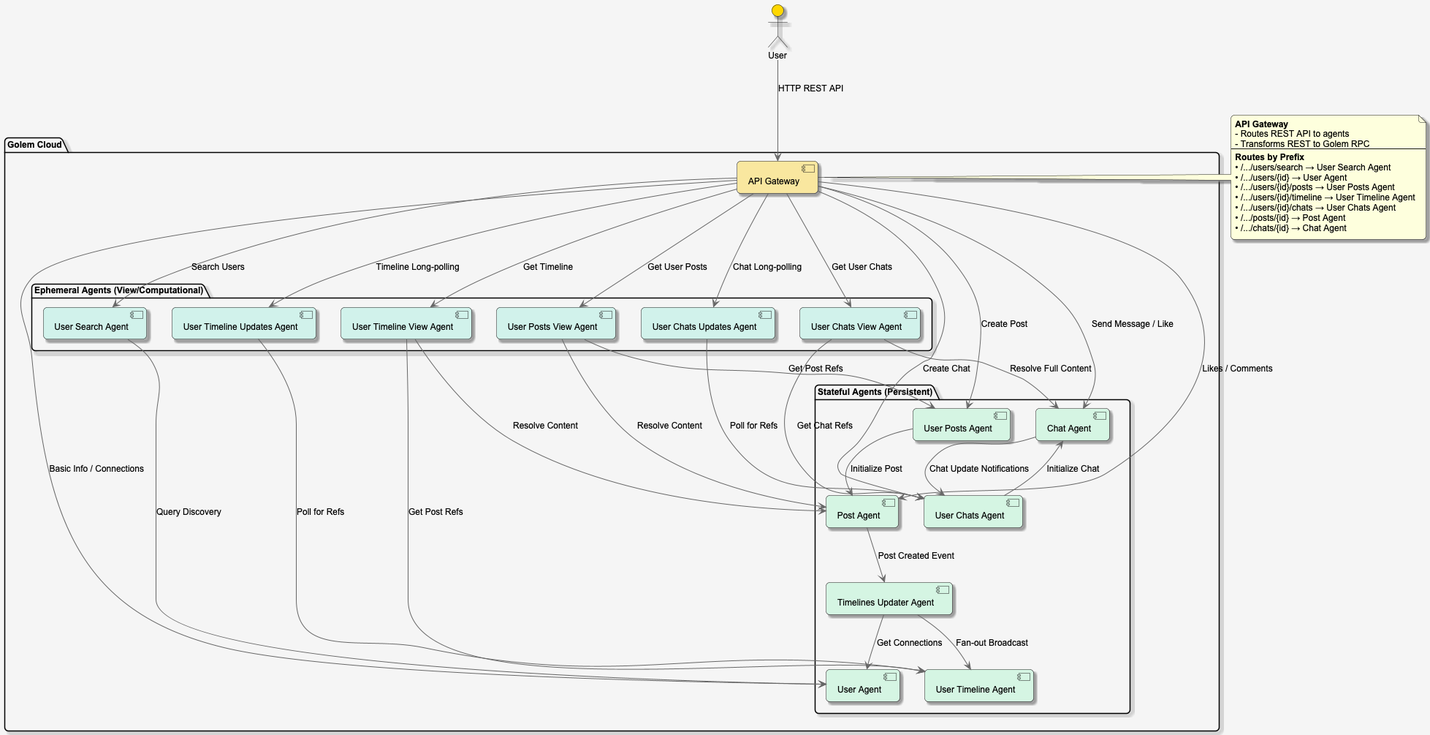
Before: architecture.png, a diagram exported from PlantUML (justcoon/golem-social-net-ts).
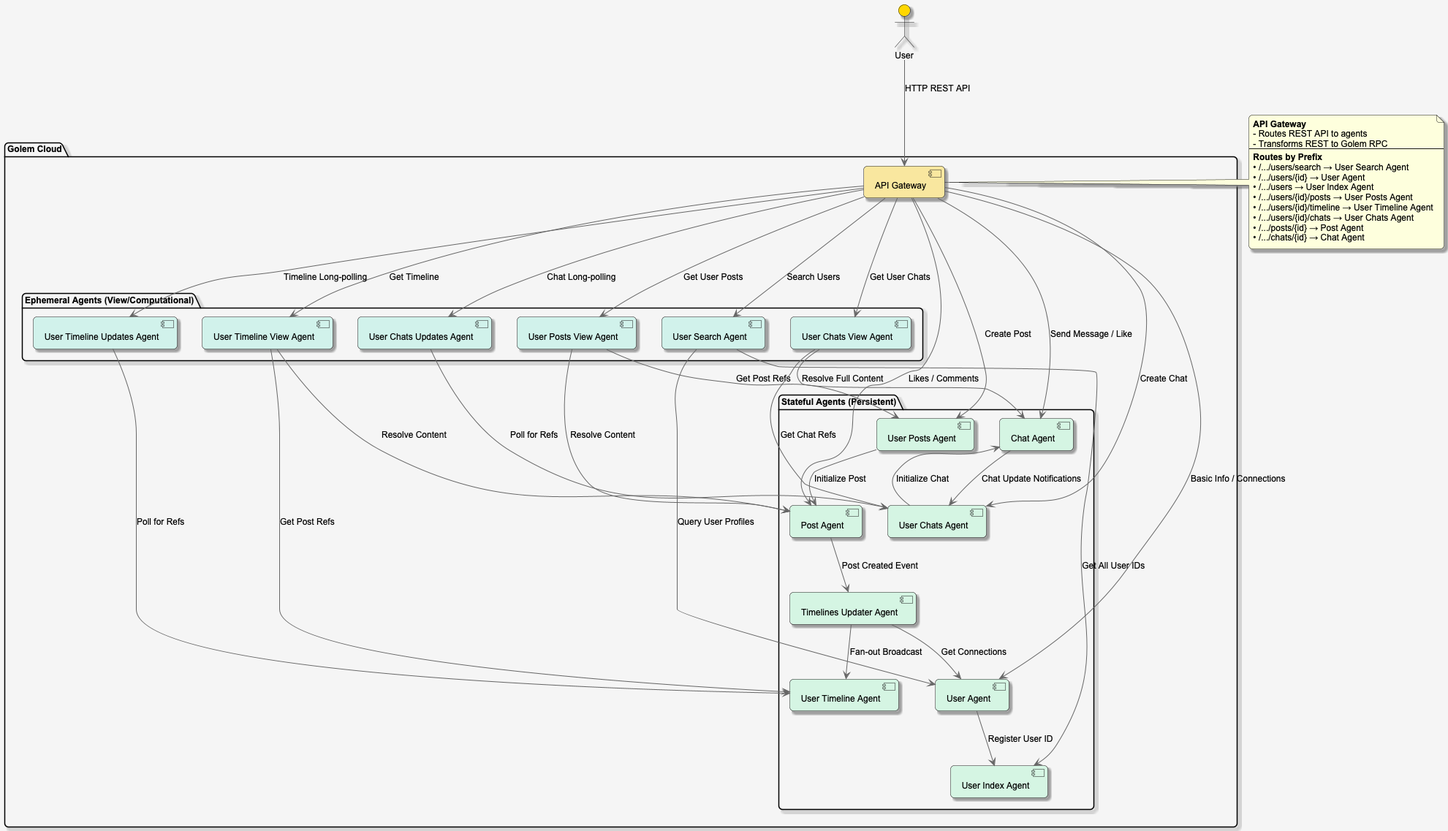
After the change.

Diff of the diagram source:
```diff
@@ -20,6 +20,7 @@
 
     package "Stateful Agents (Persistent)" {
         [User Agent] as user STATEFUL
+        [User Index Agent] as user_index STATEFUL
         [Post Agent] as post STATEFUL
         [User Posts Agent] as user_posts STATEFUL
         [User Timeline Agent] as user_timeline STATEFUL
@@ -52,7 +53,9 @@
 gateway --> chats_view : "Get User Chats"
 gateway --> chats_updates : "Chat Long-polling"
 
-user_search --> user : "Query Discovery"
+user --> user_index : "Register User ID"
+user_search --> user_index : "Get All User IDs"
+user_search --> user : "Query User Profiles"
 user_posts --> post : "Initialize Post"
 user_posts_view --> user_posts : "Get Post Refs"
 user_posts_view --> post : "Resolve Content"
@@ -79,6 +82,7 @@
   <b>Routes by Prefix</b>
   • /.../users/search → User Search Agent
   • /.../users/{id} → User Agent
+  • /.../users → User Index Agent
   • /.../users/{id}/posts → User Posts Agent
   • /.../users/{id}/timeline → User Timeline Agent
   • /.../users/{id}/chats → User Chats Agent
```
